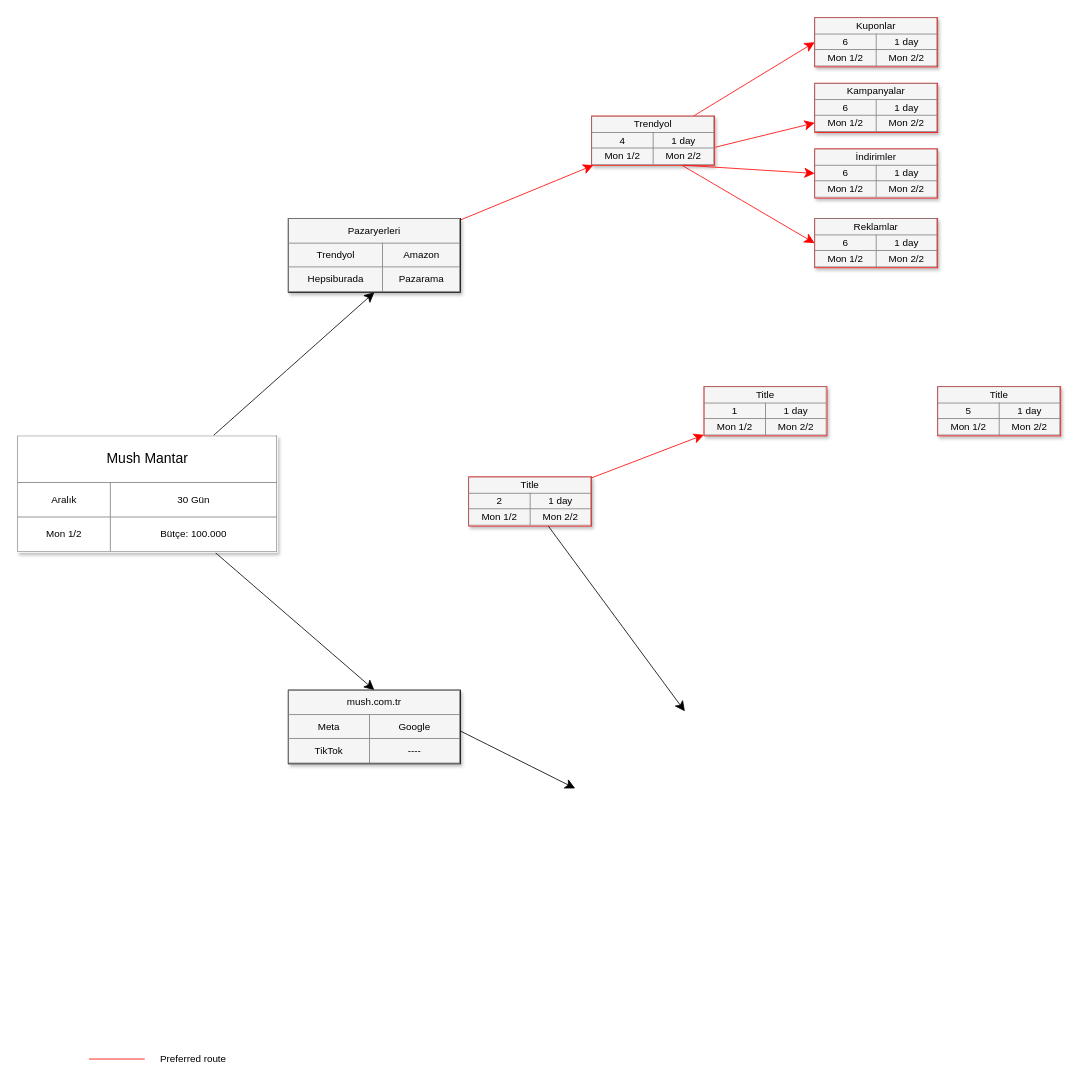
This is Başlıksız Diyagram.drawio from furkanxgunes/basic-api, a draw.io file, before an edit. Source tidied: cells renumbered, new cells numbered last; positions are measured from the earlier drawing's top-left corner, leaving out a move shared by most shapes. Both pictures are drawn from the tidied source at 82%, with x=0, y=0 at pixel (17, 17).
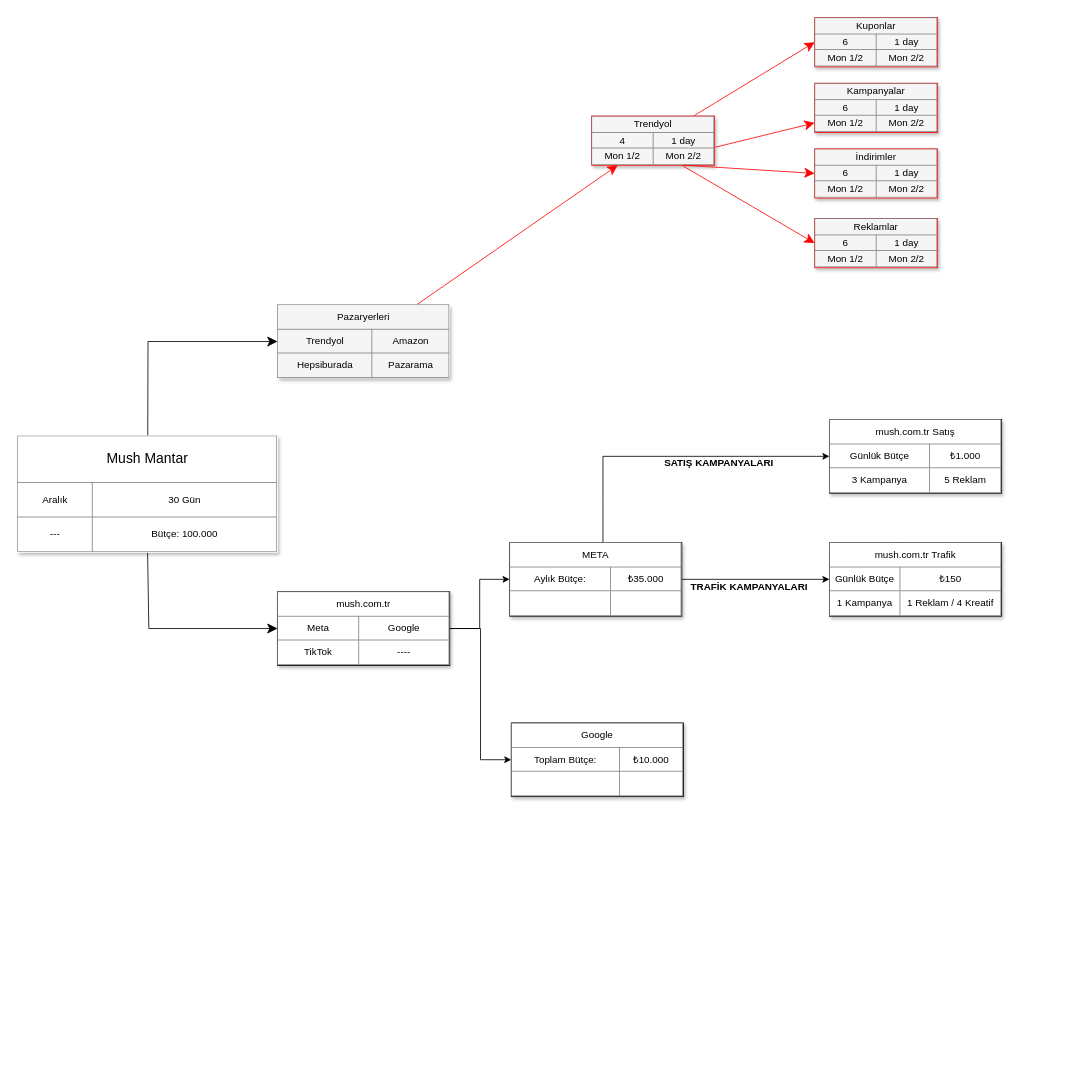
The same page after the edit.

Change to the diagram source:
```diff
@@
-    <mxCell id="2" style="edgeStyle=none;curved=1;html=1;startSize=10;endArrow=classic;endFill=1;endSize=10;strokeColor=#000000;strokeWidth=1;fontSize=12;entryX=0.5;entryY=1;entryDx=0;entryDy=0;" parent="1" edge="1" source="4" target="8">
-      <mxGeometry relative="1" as="geometry" />
+    <mxCell id="2" style="edgeStyle=none;curved=0;html=1;startSize=10;endArrow=classic;endFill=1;endSize=10;strokeColor=#000000;strokeWidth=1;fontSize=12;entryX=0;entryY=0.5;entryDx=0;entryDy=0;rounded=0;" parent="1" edge="1" source="4" target="8">
+      <mxGeometry relative="1" as="geometry">
+        <Array as="points">
+          <mxPoint x="159" y="395" />
+        </Array>
+      </mxGeometry>
     </mxCell>
-    <mxCell id="3" style="edgeStyle=none;curved=1;html=1;startSize=10;endArrow=classic;endFill=1;endSize=10;strokeWidth=1;fontSize=12;entryX=0.5;entryY=0;entryDx=0;entryDy=0;" parent="1" edge="1" source="4" target="24">
-      <mxGeometry relative="1" as="geometry" />
+    <mxCell id="3" style="edgeStyle=none;curved=0;html=1;startSize=10;endArrow=classic;endFill=1;endSize=10;strokeWidth=1;fontSize=12;entryX=0;entryY=0.5;entryDx=0;entryDy=0;rounded=0;exitX=0.5;exitY=1;exitDx=0;exitDy=0;" parent="1" edge="1" source="4" target="24">
+      <mxGeometry relative="1" as="geometry">
+        <Array as="points">
+          <mxPoint x="160" y="745" />
+        </Array>
+      </mxGeometry>
     </mxCell>
-    <mxCell id="4" value="&lt;table border=&quot;1&quot; width=&quot;100%&quot; style=&quot;width: 100% ; height: 100% ; border-collapse: collapse&quot;&gt;&lt;tbody&gt;&lt;tr&gt;&lt;td style=&quot;font-size: 17px;&quot; colspan=&quot;2&quot; align=&quot;center&quot;&gt;Mush Mantar&lt;/td&gt;&lt;/tr&gt;&lt;tr&gt;&lt;td align=&quot;center&quot;&gt;Aralık&lt;/td&gt;&lt;td align=&quot;center&quot;&gt;30 Gün&lt;/td&gt;&lt;/tr&gt;&lt;tr&gt;&lt;td align=&quot;center&quot;&gt;&lt;font style=&quot;font-size: 12px;&quot;&gt;Mon 1/2&lt;/font&gt;&lt;/td&gt;&lt;td align=&quot;center&quot;&gt;&lt;font style=&quot;font-size: 12px;&quot;&gt;Bütçe: 100.000&lt;/font&gt;&lt;/td&gt;&lt;/tr&gt;&lt;/tbody&gt;&lt;/table&gt;" style="text;html=1;overflow=fill;rounded=0;shadow=1;fontSize=12;align=center;fillColor=default;fontColor=#000000;strokeColor=#FFFFFF;" parent="1" vertex="1">
+    <mxCell id="4" value="&lt;table border=&quot;1&quot; width=&quot;100%&quot; style=&quot;width: 100% ; height: 100% ; border-collapse: collapse&quot;&gt;&lt;tbody&gt;&lt;tr&gt;&lt;td style=&quot;font-size: 17px;&quot; colspan=&quot;2&quot; align=&quot;center&quot;&gt;Mush Mantar&lt;/td&gt;&lt;/tr&gt;&lt;tr&gt;&lt;td align=&quot;center&quot;&gt;Aralık&lt;/td&gt;&lt;td align=&quot;center&quot;&gt;30 Gün&lt;/td&gt;&lt;/tr&gt;&lt;tr&gt;&lt;td align=&quot;center&quot;&gt;---&lt;/td&gt;&lt;td align=&quot;center&quot;&gt;&lt;font style=&quot;font-size: 12px;&quot;&gt;Bütçe: 100.000&lt;/font&gt;&lt;/td&gt;&lt;/tr&gt;&lt;/tbody&gt;&lt;/table&gt;" style="text;html=1;overflow=fill;rounded=0;shadow=1;fontSize=12;align=center;fillColor=default;fontColor=#000000;strokeColor=#FFFFFF;" parent="1" vertex="1">
       <mxGeometry y="510" width="317" height="142" as="geometry" />
     </mxCell>
@@
-    <mxCell id="8" value="&lt;table border=&quot;1&quot; width=&quot;100%&quot; style=&quot;width: 100% ; height: 100% ; border-collapse: collapse&quot;&gt;&lt;tbody&gt;&lt;tr&gt;&lt;td colspan=&quot;2&quot; align=&quot;center&quot;&gt;&lt;font style=&quot;font-size: 12px&quot;&gt;Pazaryerleri&lt;/font&gt;&lt;/td&gt;&lt;/tr&gt;&lt;tr&gt;&lt;td align=&quot;center&quot;&gt;Trendyol&lt;/td&gt;&lt;td align=&quot;center&quot;&gt;Amazon&lt;/td&gt;&lt;/tr&gt;&lt;tr&gt;&lt;td align=&quot;center&quot;&gt;Hepsiburada&lt;/td&gt;&lt;td align=&quot;center&quot;&gt;&lt;font style=&quot;font-size: 12px&quot;&gt;Pazarama&lt;/font&gt;&lt;/td&gt;&lt;/tr&gt;&lt;/tbody&gt;&lt;/table&gt;" style="text;html=1;strokeColor=#000000;fillColor=#f5f5f5;overflow=fill;rounded=0;shadow=1;fontSize=12;align=center;" parent="1" vertex="1">
-      <mxGeometry x="330" y="245" width="210" height="90" as="geometry" />
+    <mxCell id="8" value="&lt;table border=&quot;1&quot; width=&quot;100%&quot; style=&quot;width: 100% ; height: 100% ; border-collapse: collapse&quot;&gt;&lt;tbody&gt;&lt;tr&gt;&lt;td colspan=&quot;2&quot; align=&quot;center&quot;&gt;&lt;font style=&quot;font-size: 12px&quot;&gt;Pazaryerleri&lt;/font&gt;&lt;/td&gt;&lt;/tr&gt;&lt;tr&gt;&lt;td align=&quot;center&quot;&gt;Trendyol&lt;/td&gt;&lt;td align=&quot;center&quot;&gt;Amazon&lt;/td&gt;&lt;/tr&gt;&lt;tr&gt;&lt;td align=&quot;center&quot;&gt;Hepsiburada&lt;/td&gt;&lt;td align=&quot;center&quot;&gt;&lt;font style=&quot;font-size: 12px&quot;&gt;Pazarama&lt;/font&gt;&lt;/td&gt;&lt;/tr&gt;&lt;/tbody&gt;&lt;/table&gt;" style="text;html=1;strokeColor=none;fillColor=#f5f5f5;overflow=fill;rounded=0;shadow=1;fontSize=12;align=center;glass=0;gradientColor=none;shadowColor=#000000;" parent="1" vertex="1">
+      <mxGeometry x="317" y="350" width="210" height="90" as="geometry" />
     </mxCell>
-    <mxCell id="9" style="edgeStyle=none;curved=1;html=1;startSize=10;endArrow=classic;endFill=1;endSize=10;strokeColor=#FF0000;strokeWidth=1;fontSize=12;" parent="1" edge="1" source="11" target="13">
-      <mxGeometry relative="1" as="geometry" />
-    </mxCell>
-    <mxCell id="10" style="edgeStyle=none;curved=1;html=1;startSize=10;endArrow=classic;endFill=1;endSize=10;strokeWidth=1;fontSize=12;" parent="1" edge="1" source="11">
-      <mxGeometry relative="1" as="geometry">
-        <mxPoint x="813.7" y="846" as="targetPoint" />
-      </mxGeometry>
-    </mxCell>
-    <mxCell id="11" value="&lt;table border=&quot;1&quot; width=&quot;100%&quot; style=&quot;width: 100% ; height: 100% ; border-collapse: collapse&quot;&gt;&lt;tbody&gt;&lt;tr&gt;&lt;td colspan=&quot;2&quot; align=&quot;center&quot;&gt;&lt;font style=&quot;font-size: 12px&quot;&gt;Title&lt;/font&gt;&lt;/td&gt;&lt;/tr&gt;&lt;tr&gt;&lt;td align=&quot;center&quot;&gt;2&lt;/td&gt;&lt;td align=&quot;center&quot;&gt;&lt;font style=&quot;font-size: 12px&quot;&gt;1 day&lt;/font&gt;&lt;/td&gt;&lt;/tr&gt;&lt;tr&gt;&lt;td align=&quot;center&quot;&gt;&lt;font style=&quot;font-size: 12px&quot;&gt;Mon 1/2&lt;/font&gt;&lt;/td&gt;&lt;td align=&quot;center&quot;&gt;&lt;font style=&quot;font-size: 12px&quot;&gt;Mon 2/2&lt;/font&gt;&lt;/td&gt;&lt;/tr&gt;&lt;/tbody&gt;&lt;/table&gt;" style="text;html=1;strokeColor=#FF0000;fillColor=#f5f5f5;overflow=fill;rounded=0;shadow=1;fontSize=12;align=center;" parent="1" vertex="1">
-      <mxGeometry x="550" y="560" width="150" height="60" as="geometry" />
-    </mxCell>
-    <mxCell id="12" style="edgeStyle=none;curved=1;html=1;startSize=10;endArrow=classic;endFill=1;endSize=10;strokeWidth=1;fontSize=12;" parent="1" edge="1">
-      <mxGeometry relative="1" as="geometry">
-        <mxPoint x="540" y="870" as="sourcePoint" />
-        <mxPoint x="680" y="940" as="targetPoint" />
-      </mxGeometry>
-    </mxCell>
-    <mxCell id="13" value="&lt;table border=&quot;1&quot; width=&quot;100%&quot; style=&quot;width: 100% ; height: 100% ; border-collapse: collapse&quot;&gt;&lt;tbody&gt;&lt;tr&gt;&lt;td colspan=&quot;2&quot; align=&quot;center&quot;&gt;&lt;font style=&quot;font-size: 12px;&quot;&gt;Title&lt;/font&gt;&lt;/td&gt;&lt;/tr&gt;&lt;tr&gt;&lt;td align=&quot;center&quot;&gt;&lt;font style=&quot;font-size: 12px;&quot;&gt;1&lt;/font&gt;&lt;/td&gt;&lt;td align=&quot;center&quot;&gt;&lt;font style=&quot;font-size: 12px;&quot;&gt;1 day&lt;/font&gt;&lt;/td&gt;&lt;/tr&gt;&lt;tr&gt;&lt;td align=&quot;center&quot;&gt;&lt;font style=&quot;font-size: 12px;&quot;&gt;Mon 1/2&lt;/font&gt;&lt;/td&gt;&lt;td align=&quot;center&quot;&gt;&lt;font style=&quot;font-size: 12px;&quot;&gt;Mon 2/2&lt;/font&gt;&lt;/td&gt;&lt;/tr&gt;&lt;/tbody&gt;&lt;/table&gt;" style="text;html=1;strokeColor=#FF0000;fillColor=#f5f5f5;overflow=fill;rounded=0;shadow=1;fontSize=12;align=center;" parent="1" vertex="1">
-      <mxGeometry x="837" y="450" width="150" height="60" as="geometry" />
-    </mxCell>
@@
-    <mxCell id="15" value="&lt;table border=&quot;1&quot; width=&quot;100%&quot; style=&quot;width: 100% ; height: 100% ; border-collapse: collapse&quot;&gt;&lt;tbody&gt;&lt;tr&gt;&lt;td colspan=&quot;2&quot; align=&quot;center&quot;&gt;&lt;font style=&quot;font-size: 12px&quot;&gt;Title&lt;/font&gt;&lt;/td&gt;&lt;/tr&gt;&lt;tr&gt;&lt;td align=&quot;center&quot;&gt;5&lt;/td&gt;&lt;td align=&quot;center&quot;&gt;&lt;font style=&quot;font-size: 12px&quot;&gt;1 day&lt;/font&gt;&lt;/td&gt;&lt;/tr&gt;&lt;tr&gt;&lt;td align=&quot;center&quot;&gt;&lt;font style=&quot;font-size: 12px&quot;&gt;Mon 1/2&lt;/font&gt;&lt;/td&gt;&lt;td align=&quot;center&quot;&gt;&lt;font style=&quot;font-size: 12px&quot;&gt;Mon 2/2&lt;/font&gt;&lt;/td&gt;&lt;/tr&gt;&lt;/tbody&gt;&lt;/table&gt;" style="text;html=1;strokeColor=#FF0000;fillColor=#f5f5f5;overflow=fill;rounded=0;shadow=1;fontSize=12;align=center;" parent="1" vertex="1">
-      <mxGeometry x="1122" y="450" width="150" height="60" as="geometry" />
-    </mxCell>
-    <mxCell id="16" style="line;strokeWidth=1;html=1;rounded=1;fontSize=12;align=center;verticalAlign=middle;strokeColor=#FF0000;endFill=1;endArrow=classic;endSize=10;startSize=10;" parent="1" vertex="1">
-      <mxGeometry x="87" y="1265" width="68" height="10" as="geometry" />
-    </mxCell>
-    <mxCell id="17" value="Preferred route" style="text;html=1;strokeColor=none;fillColor=none;align=left;verticalAlign=middle;whiteSpace=wrap;rounded=0;shadow=1;fontSize=12;" parent="1" vertex="1">
-      <mxGeometry x="172" y="1260" width="143" height="20" as="geometry" />
-    </mxCell>
@@
+    <mxCell id="25" style="edgeStyle=orthogonalEdgeStyle;rounded=0;jettySize=auto;html=1;entryX=0;entryY=0.5;entryDx=0;entryDy=0;" parent="1" edge="1" source="24" target="29">
+      <mxGeometry relative="1" as="geometry" />
+    </mxCell>
+    <mxCell id="26" style="edgeStyle=orthogonalEdgeStyle;rounded=0;jettySize=auto;html=1;entryX=0;entryY=0.5;entryDx=0;entryDy=0;" parent="1" edge="1" source="24" target="30">
+      <mxGeometry relative="1" as="geometry" />
+    </mxCell>
-    <mxCell id="24" value="&lt;table border=&quot;1&quot; width=&quot;100%&quot; style=&quot;width: 100% ; height: 100% ; border-collapse: collapse&quot;&gt;&lt;tbody&gt;&lt;tr&gt;&lt;td colspan=&quot;2&quot; align=&quot;center&quot;&gt;mush.com.tr&lt;/td&gt;&lt;/tr&gt;&lt;tr&gt;&lt;td align=&quot;center&quot;&gt;Meta&lt;/td&gt;&lt;td align=&quot;center&quot;&gt;Google&lt;/td&gt;&lt;/tr&gt;&lt;tr&gt;&lt;td align=&quot;center&quot;&gt;TikTok&lt;/td&gt;&lt;td align=&quot;center&quot;&gt;&lt;font style=&quot;font-size: 12px&quot;&gt;----&lt;/font&gt;&lt;/td&gt;&lt;/tr&gt;&lt;/tbody&gt;&lt;/table&gt;" style="text;html=1;strokeColor=#000000;fillColor=#f5f5f5;overflow=fill;rounded=0;shadow=1;fontSize=12;align=center;" parent="1" vertex="1">
-      <mxGeometry x="330" y="820" width="210" height="90" as="geometry" />
+    <mxCell id="24" value="&lt;table border=&quot;1&quot; width=&quot;100%&quot; style=&quot;width: 100% ; height: 100% ; border-collapse: collapse&quot;&gt;&lt;tbody&gt;&lt;tr&gt;&lt;td colspan=&quot;2&quot; align=&quot;center&quot;&gt;mush.com.tr&lt;/td&gt;&lt;/tr&gt;&lt;tr&gt;&lt;td align=&quot;center&quot;&gt;Meta&lt;/td&gt;&lt;td align=&quot;center&quot;&gt;Google&lt;/td&gt;&lt;/tr&gt;&lt;tr&gt;&lt;td align=&quot;center&quot;&gt;TikTok&lt;/td&gt;&lt;td align=&quot;center&quot;&gt;&lt;font style=&quot;font-size: 12px&quot;&gt;----&lt;/font&gt;&lt;/td&gt;&lt;/tr&gt;&lt;/tbody&gt;&lt;/table&gt;" style="text;html=1;strokeColor=#000000;fillColor=#FFFFFF;overflow=fill;rounded=0;shadow=1;fontSize=12;align=center;" parent="1" vertex="1">
+      <mxGeometry x="317" y="700" width="210" height="90" as="geometry" />
     </mxCell>
+    <mxCell id="27" style="edgeStyle=orthogonalEdgeStyle;rounded=0;jettySize=auto;html=1;entryX=0;entryY=0.5;entryDx=0;entryDy=0;exitX=0.542;exitY=-0.005;exitDx=0;exitDy=0;exitPerimeter=0;" parent="1" edge="1" source="29" target="31">
+      <mxGeometry relative="1" as="geometry">
+        <Array as="points">
+          <mxPoint x="714" y="535" />
+        </Array>
+      </mxGeometry>
+    </mxCell>
+    <mxCell id="28" style="edgeStyle=orthogonalEdgeStyle;rounded=0;jettySize=auto;html=1;entryX=0;entryY=0.5;entryDx=0;entryDy=0;" parent="1" edge="1" source="29" target="33">
+      <mxGeometry relative="1" as="geometry" />
+    </mxCell>
+    <mxCell id="29" value="&lt;table border=&quot;1&quot; width=&quot;100%&quot; style=&quot;width: 100% ; height: 100% ; border-collapse: collapse&quot;&gt;&lt;tbody&gt;&lt;tr&gt;&lt;td colspan=&quot;2&quot; align=&quot;center&quot;&gt;META&lt;br&gt;&lt;/td&gt;&lt;/tr&gt;&lt;tr&gt;&lt;td align=&quot;center&quot;&gt;Aylık Bütçe:&lt;/td&gt;&lt;td align=&quot;center&quot;&gt;₺35.000&lt;/td&gt;&lt;/tr&gt;&lt;tr&gt;&lt;td align=&quot;center&quot;&gt;&lt;/td&gt;&lt;td align=&quot;center&quot;&gt;&lt;br&gt;&lt;/td&gt;&lt;/tr&gt;&lt;/tbody&gt;&lt;/table&gt;" style="text;html=1;strokeColor=#000000;fillColor=#FFFFFF;overflow=fill;rounded=0;shadow=1;fontSize=12;align=center;" parent="1" vertex="1">
+      <mxGeometry x="600" y="640" width="210" height="90" as="geometry" />
+    </mxCell>
+    <mxCell id="30" value="&lt;table border=&quot;1&quot; width=&quot;100%&quot; style=&quot;width: 100% ; height: 100% ; border-collapse: collapse&quot;&gt;&lt;tbody&gt;&lt;tr&gt;&lt;td colspan=&quot;2&quot; align=&quot;center&quot;&gt;Google&lt;/td&gt;&lt;/tr&gt;&lt;tr&gt;&lt;td align=&quot;center&quot;&gt;Toplam Bütçe:&lt;/td&gt;&lt;td align=&quot;center&quot;&gt;₺10.000&lt;/td&gt;&lt;/tr&gt;&lt;tr&gt;&lt;td align=&quot;center&quot;&gt;&lt;/td&gt;&lt;td align=&quot;center&quot;&gt;&lt;br&gt;&lt;/td&gt;&lt;/tr&gt;&lt;/tbody&gt;&lt;/table&gt;" style="text;html=1;strokeColor=#000000;fillColor=#FFFFFF;overflow=fill;rounded=0;shadow=1;fontSize=12;align=center;" parent="1" vertex="1">
+      <mxGeometry x="602" y="860" width="210" height="90" as="geometry" />
+    </mxCell>
+    <mxCell id="31" value="&lt;table border=&quot;1&quot; width=&quot;100%&quot; style=&quot;width: 100% ; height: 100% ; border-collapse: collapse&quot;&gt;&lt;tbody&gt;&lt;tr&gt;&lt;td colspan=&quot;2&quot; align=&quot;center&quot;&gt;mush.com.tr Satış&lt;/td&gt;&lt;/tr&gt;&lt;tr&gt;&lt;td align=&quot;center&quot;&gt;Günlük Bütçe&lt;/td&gt;&lt;td align=&quot;center&quot;&gt;₺1.000&lt;/td&gt;&lt;/tr&gt;&lt;tr&gt;&lt;td align=&quot;center&quot;&gt;3 Kampanya&lt;/td&gt;&lt;td align=&quot;center&quot;&gt;5 Reklam&lt;/td&gt;&lt;/tr&gt;&lt;/tbody&gt;&lt;/table&gt;" style="text;html=1;strokeColor=#000000;fillColor=#FFFFFF;overflow=fill;rounded=0;shadow=1;fontSize=12;align=center;" parent="1" vertex="1">
+      <mxGeometry x="990" y="490" width="210" height="90" as="geometry" />
+    </mxCell>
+    <mxCell id="32" value="SATIŞ KAMPANYALARI&lt;div&gt;&lt;br&gt;&lt;/div&gt;" style="text;html=1;align=center;verticalAlign=middle;strokeColor=none;fillColor=none;fontStyle=1;rotation=0;" parent="1" vertex="1">
+      <mxGeometry x="780" y="530" width="150" height="40" as="geometry" />
+    </mxCell>
+    <mxCell id="33" value="&lt;table border=&quot;1&quot; width=&quot;100%&quot; style=&quot;width: 100% ; height: 100% ; border-collapse: collapse&quot;&gt;&lt;tbody&gt;&lt;tr&gt;&lt;td colspan=&quot;2&quot; align=&quot;center&quot;&gt;mush.com.tr Trafik&lt;/td&gt;&lt;/tr&gt;&lt;tr&gt;&lt;td align=&quot;center&quot;&gt;Günlük Bütçe&lt;/td&gt;&lt;td align=&quot;center&quot;&gt;₺150&lt;/td&gt;&lt;/tr&gt;&lt;tr&gt;&lt;td align=&quot;center&quot;&gt;1 Kampanya&lt;/td&gt;&lt;td align=&quot;center&quot;&gt;1 Reklam / 4 Kreatif&lt;/td&gt;&lt;/tr&gt;&lt;/tbody&gt;&lt;/table&gt;" style="text;html=1;strokeColor=#000000;fillColor=#FFFFFF;overflow=fill;rounded=0;shadow=1;fontSize=12;align=center;" parent="1" vertex="1">
+      <mxGeometry x="990" y="640" width="210" height="90" as="geometry" />
+    </mxCell>
+    <mxCell id="34" value="&lt;div&gt;TRAFİK KAMPANYALARI&lt;/div&gt;" style="text;html=1;align=center;verticalAlign=middle;strokeColor=none;fillColor=none;fontStyle=1;rotation=0;" parent="1" vertex="1">
+      <mxGeometry x="812" y="680" width="160" height="30" as="geometry" />
+    </mxCell>
```
